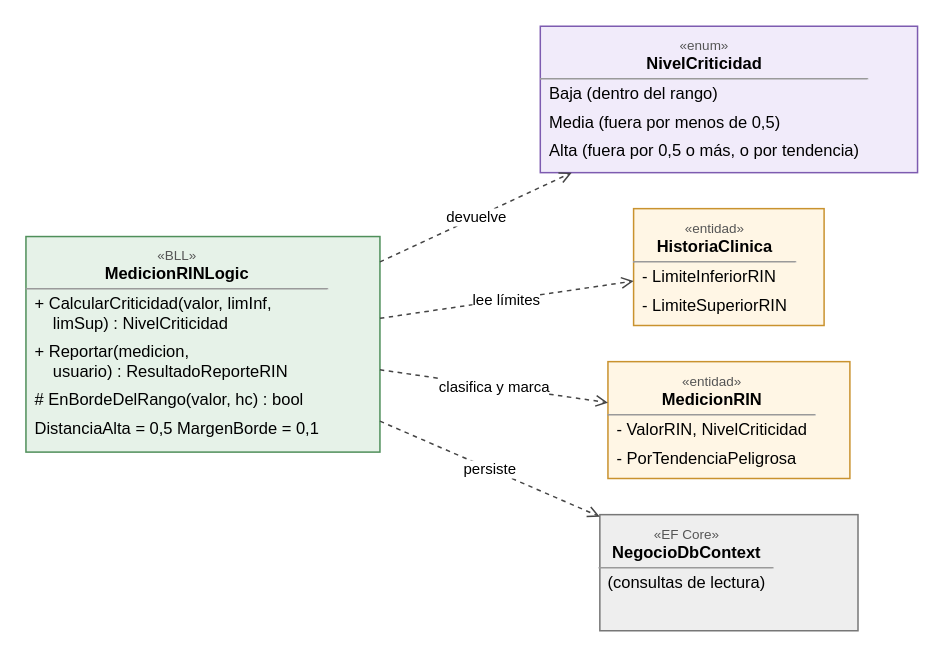
DanteSchlogl/OpenRIN-corregido keeps this draw.io diagram as Diagramas/UC-05/UC-05 - Clases afectadas.drawio. Above is the earlier version. Source tidied: cells renumbered, new cells numbered last; positions are measured from the earlier drawing's top-left corner, leaving out a move shared by most shapes. Both pictures are drawn from the tidied source at 150%, with x=0, y=0 at pixel (26, 26).
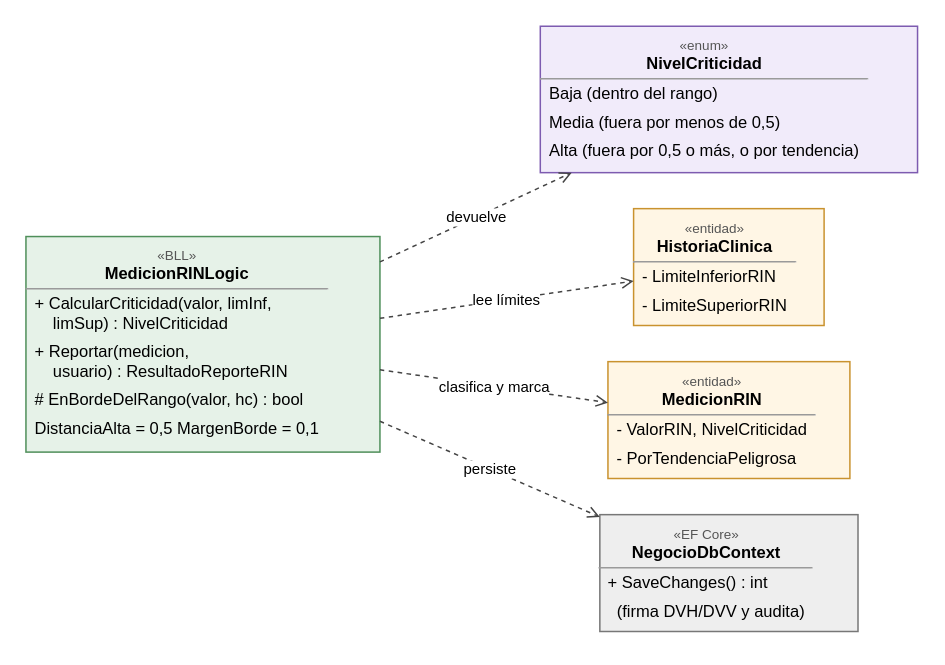
The same page after the edit.

Diff of the diagram source:
```diff
@@
 <mxGraphModel>
   <root>
     <mxCell id="0" />
     <mxCell id="1" parent="0" />
     <mxCell id="2" value="&lt;div style=&quot;font-family:Arial;font-size:11px;padding:3px 0 0 0;text-align:center;line-height:11px;font-size:9px;color:#555555;&quot;&gt;«BLL»&lt;/div&gt;&lt;div style=&quot;font-family:Arial;font-size:11px;padding:0 0 3px 0;text-align:center;line-height:13px;font-weight:bold;&quot;&gt;MedicionRINLogic&lt;/div&gt;&lt;hr style=&quot;margin:0;&quot; size=&quot;1&quot;/&gt;&lt;div style=&quot;font-family:Arial;font-size:11px;padding:3px 6px;line-height:13px;text-align:left;&quot;&gt;+ CalcularCriticidad(valor, limInf,&lt;br/&gt;&amp;#160;&amp;#160;&amp;#160;&amp;#160;limSup) : NivelCriticidad&lt;/div&gt;&lt;div style=&quot;font-family:Arial;font-size:11px;padding:3px 6px;line-height:13px;text-align:left;&quot;&gt;+ Reportar(medicion,&lt;br/&gt;&amp;#160;&amp;#160;&amp;#160;&amp;#160;usuario) : ResultadoReporteRIN&lt;/div&gt;&lt;div style=&quot;font-family:Arial;font-size:11px;padding:3px 6px;line-height:13px;text-align:left;&quot;&gt;# EnBordeDelRango(valor, hc) : bool&lt;/div&gt;&lt;div style=&quot;font-family:Arial;font-size:11px;padding:3px 6px;line-height:13px;text-align:left;&quot;&gt;DistanciaAlta = 0,5   MargenBorde = 0,1&lt;/div&gt;" style="whiteSpace=wrap;html=1;align=left;verticalAlign=top;overflow=hidden;spacing=0;fillColor=#E6F2E8;strokeColor=#4F8F5A;" parent="1" vertex="1">
       <mxGeometry x="-0.2" y="140.2" width="236" height="143.7" as="geometry" />
     </mxCell>
     <mxCell id="3" value="&lt;div style=&quot;font-family:Arial;font-size:11px;padding:3px 0 0 0;text-align:center;line-height:11px;font-size:9px;color:#555555;&quot;&gt;«enum»&lt;/div&gt;&lt;div style=&quot;font-family:Arial;font-size:11px;padding:0 0 3px 0;text-align:center;line-height:13px;font-weight:bold;&quot;&gt;NivelCriticidad&lt;/div&gt;&lt;hr style=&quot;margin:0;&quot; size=&quot;1&quot;/&gt;&lt;div style=&quot;font-family:Arial;font-size:11px;padding:3px 6px;line-height:13px;text-align:left;&quot;&gt;Baja  (dentro del rango)&lt;/div&gt;&lt;div style=&quot;font-family:Arial;font-size:11px;padding:3px 6px;line-height:13px;text-align:left;&quot;&gt;Media (fuera por menos de 0,5)&lt;/div&gt;&lt;div style=&quot;font-family:Arial;font-size:11px;padding:3px 6px;line-height:13px;text-align:left;&quot;&gt;Alta  (fuera por 0,5 o más, o por tendencia)&lt;/div&gt;" style="whiteSpace=wrap;html=1;align=left;verticalAlign=top;overflow=hidden;spacing=0;fillColor=#F1EBFA;strokeColor=#7D5BB0;" parent="1" vertex="1">
       <mxGeometry x="342.7" width="251.5" height="97.6" as="geometry" />
     </mxCell>
     <mxCell id="4" value="&lt;div style=&quot;font-family:Arial;font-size:11px;padding:3px 0 0 0;text-align:center;line-height:11px;font-size:9px;color:#555555;&quot;&gt;«entidad»&lt;/div&gt;&lt;div style=&quot;font-family:Arial;font-size:11px;padding:0 0 3px 0;text-align:center;line-height:13px;font-weight:bold;&quot;&gt;HistoriaClinica&lt;/div&gt;&lt;hr style=&quot;margin:0;&quot; size=&quot;1&quot;/&gt;&lt;div style=&quot;font-family:Arial;font-size:11px;padding:3px 6px;line-height:13px;text-align:left;&quot;&gt;- LimiteInferiorRIN&lt;/div&gt;&lt;div style=&quot;font-family:Arial;font-size:11px;padding:3px 6px;line-height:13px;text-align:left;&quot;&gt;- LimiteSuperiorRIN&lt;/div&gt;" style="whiteSpace=wrap;html=1;align=left;verticalAlign=top;overflow=hidden;spacing=0;fillColor=#FFF6E5;strokeColor=#C9922E;" parent="1" vertex="1">
       <mxGeometry x="404.9" y="121.6" width="127" height="77.9" as="geometry" />
     </mxCell>
     <mxCell id="5" value="&lt;div style=&quot;font-family:Arial;font-size:11px;padding:3px 0 0 0;text-align:center;line-height:11px;font-size:9px;color:#555555;&quot;&gt;«entidad»&lt;/div&gt;&lt;div style=&quot;font-family:Arial;font-size:11px;padding:0 0 3px 0;text-align:center;line-height:13px;font-weight:bold;&quot;&gt;MedicionRIN&lt;/div&gt;&lt;hr style=&quot;margin:0;&quot; size=&quot;1&quot;/&gt;&lt;div style=&quot;font-family:Arial;font-size:11px;padding:3px 6px;line-height:13px;text-align:left;&quot;&gt;- ValorRIN, NivelCriticidad&lt;/div&gt;&lt;div style=&quot;font-family:Arial;font-size:11px;padding:3px 6px;line-height:13px;text-align:left;&quot;&gt;- PorTendenciaPeligrosa&lt;/div&gt;" style="whiteSpace=wrap;html=1;align=left;verticalAlign=top;overflow=hidden;spacing=0;fillColor=#FFF6E5;strokeColor=#C9922E;" parent="1" vertex="1">
       <mxGeometry x="387.8" y="223.6" width="161.3" height="77.9" as="geometry" />
     </mxCell>
-    <mxCell id="6" value="&lt;div style=&quot;font-family:Arial;font-size:11px;padding:3px 0 0 0;text-align:center;line-height:11px;font-size:9px;color:#555555;&quot;&gt;«EF Core»&lt;/div&gt;&lt;div style=&quot;font-family:Arial;font-size:11px;padding:0 0 3px 0;text-align:center;line-height:13px;font-weight:bold;&quot;&gt;NegocioDbContext&lt;/div&gt;&lt;hr style=&quot;margin:0;&quot; size=&quot;1&quot;/&gt;&lt;div style=&quot;font-family:Arial;font-size:11px;padding:3px 6px;line-height:13px;text-align:left;&quot;&gt;(consultas de lectura)&lt;/div&gt;" style="whiteSpace=wrap;html=1;align=left;verticalAlign=top;overflow=hidden;spacing=0;fillColor=#EEEEEE;strokeColor=#777777;" parent="1" vertex="1">
-      <mxGeometry x="382.4" y="325.6" width="172.1" height="77.4" as="geometry" />
+    <mxCell id="6" value="&lt;div style=&quot;font-family:Arial;font-size:11px;padding:3px 0 0 0;text-align:center;line-height:11px;font-size:9px;color:#555555;&quot;&gt;«EF Core»&lt;/div&gt;&lt;div style=&quot;font-family:Arial;font-size:11px;padding:0 0 3px 0;text-align:center;line-height:13px;font-weight:bold;&quot;&gt;NegocioDbContext&lt;/div&gt;&lt;hr style=&quot;margin:0;&quot; size=&quot;1&quot;/&gt;&lt;div style=&quot;font-family:Arial;font-size:11px;padding:3px 6px;line-height:13px;text-align:left;&quot;&gt;+ SaveChanges() : int&lt;/div&gt;&lt;div style=&quot;font-family:Arial;font-size:11px;padding:3px 6px;line-height:13px;text-align:left;&quot;&gt;&amp;#160;&amp;#160;(firma DVH/DVV y audita)&lt;/div&gt;" style="whiteSpace=wrap;html=1;align=left;verticalAlign=top;overflow=hidden;spacing=0;fillColor=#EEEEEE;strokeColor=#777777;" parent="1" vertex="1">
+      <mxGeometry x="382.4" y="325.6" width="172.1" height="77.9" as="geometry" />
     </mxCell>
     <mxCell id="7" value="lee límites" style="html=1;rounded=0;curved=1;edgeStyle=none;strokeColor=#444444;fontSize=10;fontFamily=Arial;labelBackgroundColor=#FFFFFF;dashed=1;endArrow=open;endFill=0;startArrow=none;" parent="1" edge="1" source="2" target="4">
       <mxGeometry relative="1" as="geometry" />
     </mxCell>
     <mxCell id="8" value="clasifica y marca" style="html=1;rounded=0;curved=1;edgeStyle=none;strokeColor=#444444;fontSize=10;fontFamily=Arial;labelBackgroundColor=#FFFFFF;dashed=1;endArrow=open;endFill=0;startArrow=none;" parent="1" edge="1" source="2" target="5">
       <mxGeometry relative="1" as="geometry" />
     </mxCell>
     <mxCell id="9" value="devuelve" style="html=1;rounded=0;curved=1;edgeStyle=none;strokeColor=#444444;fontSize=10;fontFamily=Arial;labelBackgroundColor=#FFFFFF;dashed=1;endArrow=open;endFill=0;startArrow=none;" parent="1" edge="1" source="2" target="3">
       <mxGeometry relative="1" as="geometry" />
     </mxCell>
     <mxCell id="10" value="persiste" style="html=1;rounded=0;curved=1;edgeStyle=none;strokeColor=#444444;fontSize=10;fontFamily=Arial;labelBackgroundColor=#FFFFFF;dashed=1;endArrow=open;endFill=0;startArrow=none;" parent="1" edge="1" source="2" target="6">
       <mxGeometry relative="1" as="geometry" />
     </mxCell>
   </root>
 </mxGraphModel>
```
